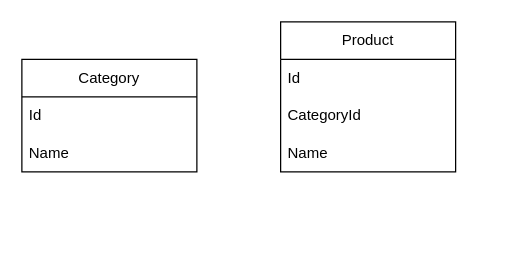
Above: POS.drawio in dketya/phoneShop (draw.io), before the change. Source tidied: cells renumbered, new cells numbered last; positions are measured from the earlier drawing's top-left corner, leaving out a move shared by most shapes. Both pictures are drawn from the tidied source at 125%, with x=0, y=0 at pixel (21, 21).
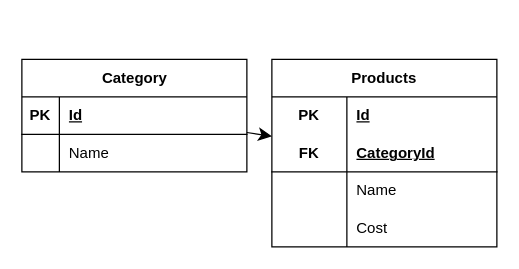
After the change.

Diff of the diagram source:
```diff
@@
-    <mxCell id="2" value="Category" style="swimlane;fontStyle=0;horizontal=1;startSize=30;whiteSpace=wrap;html=1;" parent="1" vertex="1">
-      <mxGeometry y="30" width="140" height="90" as="geometry" />
+    <mxCell id="2" value="Category" style="shape=table;startSize=30;childLayout=tableLayout;rowLines=0;fontStyle=1;align=center;html=1;" parent="1" vertex="1">
+      <mxGeometry y="30" width="180" height="90" as="geometry" />
     </mxCell>
-    <mxCell id="3" value="Id" style="text;strokeColor=none;fillColor=none;align=left;verticalAlign=middle;spacingLeft=4;spacingRight=4;overflow=hidden;whiteSpace=wrap;html=1;" parent="2" vertex="1">
-      <mxGeometry y="30" width="140" height="30" as="geometry" />
-    </mxCell>
-    <mxCell id="4" value="Name" style="text;strokeColor=none;fillColor=none;align=left;verticalAlign=middle;spacingLeft=4;spacingRight=4;overflow=hidden;whiteSpace=wrap;html=1;" parent="2" vertex="1">
-      <mxGeometry y="60" width="140" height="30" as="geometry" />
-    </mxCell>
-    <mxCell id="5" value="Product" style="swimlane;fontStyle=0;horizontal=1;startSize=30;whiteSpace=wrap;html=1;" parent="1" vertex="1">
-      <mxGeometry x="207" width="140" height="120" as="geometry" />
-    </mxCell>
-    <mxCell id="6" value="Id" style="text;strokeColor=none;fillColor=none;align=left;verticalAlign=middle;spacingLeft=4;spacingRight=4;overflow=hidden;whiteSpace=wrap;html=1;" parent="5" vertex="1">
-      <mxGeometry y="30" width="140" height="30" as="geometry" />
-    </mxCell>
+    <mxCell id="9" style="shape=tableRow;horizontal=0;startSize=0;swimlaneHead=0;swimlaneBody=0;fillColor=none;points=[[0,0.5],[1,0.5]];portConstraint=eastwest;top=0;left=0;right=0;bottom=1;" parent="2" vertex="1">
+      <mxGeometry y="30" width="180" height="30" as="geometry" />
+    </mxCell>
+    <mxCell id="10" value="PK" style="shape=partialRectangle;fillColor=none;top=0;left=0;bottom=0;right=0;fontStyle=1;overflow=hidden;whiteSpace=wrap;html=1;" parent="9" vertex="1">
+      <mxGeometry width="30" height="30" as="geometry" />
+    </mxCell>
+    <mxCell id="11" value="Id" style="shape=partialRectangle;fillColor=none;top=0;left=0;bottom=0;right=0;align=left;spacingLeft=6;fontStyle=5;overflow=hidden;whiteSpace=wrap;html=1;" parent="9" vertex="1">
+      <mxGeometry x="30" width="150" height="30" as="geometry" />
+    </mxCell>
+    <mxCell id="12" style="shape=tableRow;horizontal=0;startSize=0;swimlaneHead=0;swimlaneBody=0;fillColor=none;top=0;left=0;right=0;bottom=0;" parent="2" vertex="1">
+      <mxGeometry y="60" width="180" height="30" as="geometry" />
+    </mxCell>
+    <mxCell id="13" style="shape=partialRectangle;fillColor=none;top=0;left=0;bottom=0;right=0;overflow=hidden;whiteSpace=wrap;html=1;" parent="12" vertex="1">
+      <mxGeometry width="30" height="30" as="geometry" />
+    </mxCell>
+    <mxCell id="14" value="Name" style="shape=partialRectangle;fillColor=none;top=0;left=0;bottom=0;right=0;align=left;spacingLeft=6;overflow=hidden;whiteSpace=wrap;html=1;" parent="12" vertex="1">
+      <mxGeometry x="30" width="150" height="30" as="geometry" />
+    </mxCell>
+    <mxCell id="15" value="Products" style="shape=table;startSize=30;childLayout=tableLayout;rowLines=0;fontStyle=1;align=center;html=1;whiteSpace=wrap;" parent="1" vertex="1">
+      <mxGeometry x="200" y="30" width="180" height="150" as="geometry" />
+    </mxCell>
+    <mxCell id="16" style="shape=tableRow;horizontal=0;startSize=0;swimlaneHead=0;swimlaneBody=0;fillColor=none;top=0;left=0;right=0;bottom=0;html=1;" parent="15" vertex="1">
+      <mxGeometry y="30" width="180" height="30" as="geometry" />
+    </mxCell>
+    <mxCell id="17" value="PK" style="shape=partialRectangle;fillColor=none;top=0;left=0;bottom=0;right=0;fontStyle=1;overflow=hidden;html=1;whiteSpace=wrap;" parent="16" vertex="1">
+      <mxGeometry width="60" height="30" as="geometry" />
+    </mxCell>
+    <mxCell id="18" value="Id" style="shape=partialRectangle;fillColor=none;top=0;left=0;bottom=0;right=0;align=left;spacingLeft=6;fontStyle=5;overflow=hidden;html=1;whiteSpace=wrap;" parent="16" vertex="1">
+      <mxGeometry x="60" width="120" height="30" as="geometry" />
+    </mxCell>
+    <mxCell id="19" style="shape=tableRow;horizontal=0;startSize=0;swimlaneHead=0;swimlaneBody=0;fillColor=none;points=[[0,0.5],[1,0.5]];portConstraint=eastwest;top=0;left=0;right=0;bottom=1;html=1;" parent="15" vertex="1">
+      <mxGeometry y="60" width="180" height="30" as="geometry" />
+    </mxCell>
+    <mxCell id="20" value="FK" style="shape=partialRectangle;fillColor=none;top=0;left=0;bottom=0;right=0;fontStyle=1;overflow=hidden;html=1;whiteSpace=wrap;" parent="19" vertex="1">
+      <mxGeometry width="60" height="30" as="geometry" />
+    </mxCell>
-    <mxCell id="7" value="CategoryId" style="text;strokeColor=none;fillColor=none;align=left;verticalAlign=middle;spacingLeft=4;spacingRight=4;overflow=hidden;whiteSpace=wrap;html=1;" parent="5" vertex="1">
-      <mxGeometry y="60" width="140" height="30" as="geometry" />
+    <mxCell id="7" value="CategoryId" style="shape=partialRectangle;fillColor=none;top=0;left=0;bottom=0;right=0;align=left;spacingLeft=6;fontStyle=5;overflow=hidden;html=1;whiteSpace=wrap;" parent="19" vertex="1">
+      <mxGeometry x="60" width="120" height="30" as="geometry" />
     </mxCell>
-    <mxCell id="8" value="Name" style="text;strokeColor=none;fillColor=none;align=left;verticalAlign=middle;spacingLeft=4;spacingRight=4;overflow=hidden;whiteSpace=wrap;html=1;" parent="5" vertex="1">
-      <mxGeometry y="90" width="140" height="30" as="geometry" />
-    </mxCell>
+    <mxCell id="21" style="shape=tableRow;horizontal=0;startSize=0;swimlaneHead=0;swimlaneBody=0;fillColor=none;top=0;left=0;right=0;bottom=0;html=1;" parent="15" vertex="1">
+      <mxGeometry y="90" width="180" height="30" as="geometry" />
+    </mxCell>
+    <mxCell id="22" style="shape=partialRectangle;fillColor=none;top=0;left=0;bottom=0;right=0;overflow=hidden;html=1;whiteSpace=wrap;" parent="21" vertex="1">
+      <mxGeometry width="60" height="30" as="geometry" />
+    </mxCell>
+    <mxCell id="23" value="Name" style="shape=partialRectangle;fillColor=none;top=0;left=0;bottom=0;right=0;align=left;spacingLeft=6;overflow=hidden;html=1;whiteSpace=wrap;" parent="21" vertex="1">
+      <mxGeometry x="60" width="120" height="30" as="geometry" />
+    </mxCell>
+    <mxCell id="24" style="shape=tableRow;horizontal=0;startSize=0;swimlaneHead=0;swimlaneBody=0;fillColor=none;top=0;left=0;right=0;bottom=0;html=1;" parent="15" vertex="1">
+      <mxGeometry y="120" width="180" height="30" as="geometry" />
+    </mxCell>
+    <mxCell id="25" style="shape=partialRectangle;fillColor=none;top=0;left=0;bottom=0;right=0;overflow=hidden;html=1;whiteSpace=wrap;" parent="24" vertex="1">
+      <mxGeometry width="60" height="30" as="geometry" />
+    </mxCell>
+    <mxCell id="26" value="Cost" style="shape=partialRectangle;fillColor=none;top=0;left=0;bottom=0;right=0;align=left;spacingLeft=6;overflow=hidden;html=1;whiteSpace=wrap;" parent="24" vertex="1">
+      <mxGeometry x="60" width="120" height="30" as="geometry" />
+    </mxCell>
+    <mxCell id="27" style="edgeStyle=none;curved=1;rounded=0;jettySize=auto;html=1;fontSize=12;startSize=8;endSize=8;" parent="1" edge="1" source="9" target="19">
+      <mxGeometry relative="1" as="geometry" />
+    </mxCell>
```
